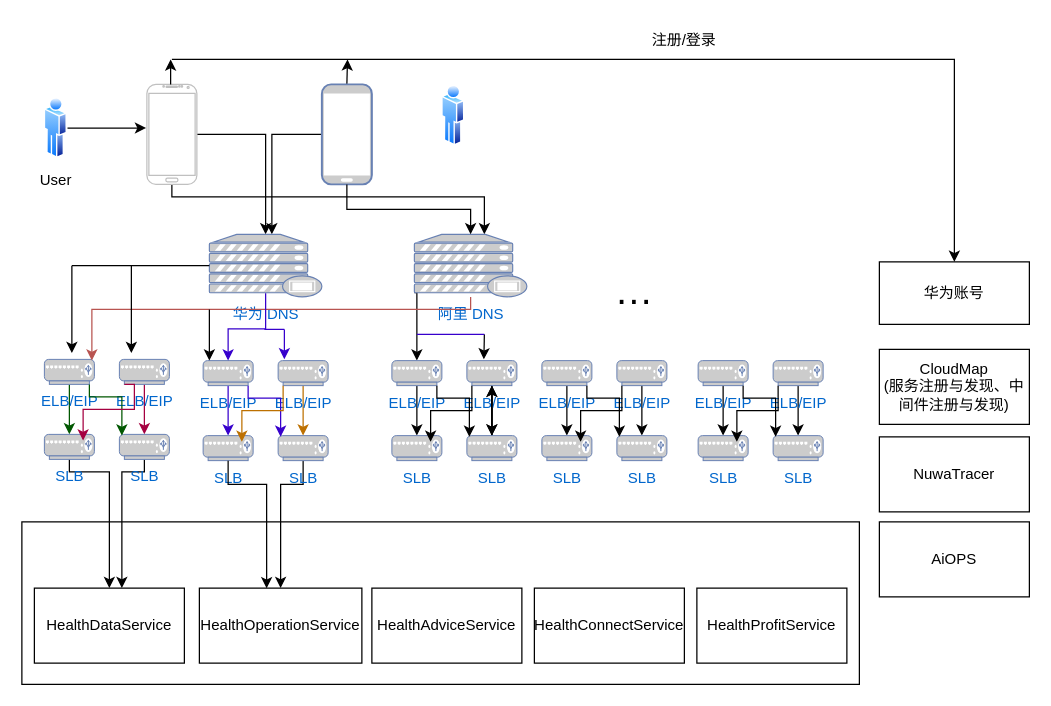
HuaHero/interview keeps this draw.io diagram as 运动健康云架构--第1层服务粒度架构.drawio. Above is the earlier version. Source tidied: cells renumbered, new cells numbered last; positions are measured from the earlier drawing's top-left corner, leaving out a move shared by most shapes. Both pictures are drawn from the tidied source at 125%, with x=0, y=0 at pixel (21, 21).
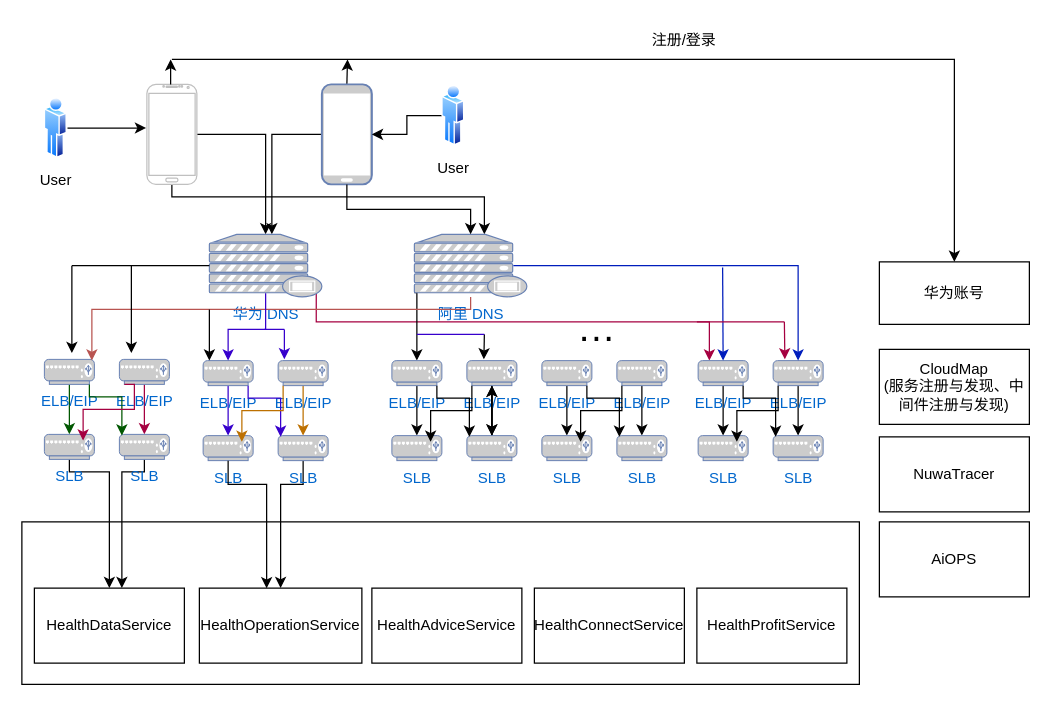
The same page after the edit.

Commit message (it also covers changes not shown here):
更新运动健康云架构--第1层服务粒度架构.drawio

Unchanged cells that the change refers to:
```xml
<mxCell id="16" style="fontColor=#0066CC;verticalAlign=top;verticalLabelPosition=bottom;labelPosition=center;align=center;html=1;outlineConnect=0;fillColor=#CCCCCC;strokeColor=#6881B3;gradientColor=none;gradientDirection=north;strokeWidth=2;shape=mxgraph.networks.mobile;" parent="1" vertex="1">
  <mxGeometry x="240" y="50" width="40" height="80" as="geometry" />
</mxCell>
<mxCell id="21" value="华为 DNS" style="fontColor=#0066CC;verticalAlign=top;verticalLabelPosition=bottom;labelPosition=center;align=center;html=1;outlineConnect=0;fillColor=#CCCCCC;strokeColor=#6881B3;gradientColor=none;gradientDirection=north;strokeWidth=2;shape=mxgraph.networks.proxy_server;" parent="1" vertex="1">
  <mxGeometry x="150" y="170" width="90" height="50" as="geometry" />
</mxCell>
<mxCell id="23" value="阿里 DNS" style="fontColor=#0066CC;verticalAlign=top;verticalLabelPosition=bottom;labelPosition=center;align=center;html=1;outlineConnect=0;fillColor=#CCCCCC;strokeColor=#6881B3;gradientColor=none;gradientDirection=north;strokeWidth=2;shape=mxgraph.networks.proxy_server;" parent="1" vertex="1">
  <mxGeometry x="314" y="170" width="90" height="50" as="geometry" />
</mxCell>
<mxCell id="32" value="ELB/EIP" style="fontColor=#0066CC;verticalAlign=top;verticalLabelPosition=bottom;labelPosition=center;align=center;html=1;outlineConnect=0;fillColor=#CCCCCC;strokeColor=#6881B3;gradientColor=none;gradientDirection=north;strokeWidth=2;shape=mxgraph.networks.load_balancer;" parent="1" vertex="1">
  <mxGeometry x="145" y="271" width="40" height="20" as="geometry" />
</mxCell>
<mxCell id="60" value="ELB/EIP" style="fontColor=#0066CC;verticalAlign=top;verticalLabelPosition=bottom;labelPosition=center;align=center;html=1;outlineConnect=0;fillColor=#CCCCCC;strokeColor=#6881B3;gradientColor=none;gradientDirection=north;strokeWidth=2;shape=mxgraph.networks.load_balancer;" parent="1" vertex="1">
  <mxGeometry x="541" y="271" width="40" height="20" as="geometry" />
</mxCell>
<mxCell id="62" value="ELB/EIP" style="fontColor=#0066CC;verticalAlign=top;verticalLabelPosition=bottom;labelPosition=center;align=center;html=1;outlineConnect=0;fillColor=#CCCCCC;strokeColor=#6881B3;gradientColor=none;gradientDirection=north;strokeWidth=2;shape=mxgraph.networks.load_balancer;" parent="1" vertex="1">
  <mxGeometry x="601" y="271" width="40" height="20" as="geometry" />
</mxCell>
```

The edit, as a diff of the source:
```diff
@@
+    <mxCell id="86" style="edgeStyle=orthogonalEdgeStyle;rounded=0;jettySize=auto;html=1;exitX=0.95;exitY=0.95;exitDx=0;exitDy=0;exitPerimeter=0;fillColor=#d80073;strokeColor=#A50040;" parent="1" edge="1" source="21" target="60">
+      <mxGeometry relative="1" as="geometry">
+        <Array as="points">
+          <mxPoint x="236" y="240" />
+          <mxPoint x="550" y="240" />
+        </Array>
+      </mxGeometry>
+    </mxCell>
@@
     <mxCell id="70" style="edgeStyle=orthogonalEdgeStyle;rounded=0;jettySize=auto;html=1;exitX=0.5;exitY=0.94;exitDx=0;exitDy=0;exitPerimeter=0;entryX=0.5;entryY=0;entryDx=0;entryDy=0;entryPerimeter=0;fillColor=#6a00ff;strokeColor=#3700CC;" parent="1" edge="1" source="21" target="32">
-      <mxGeometry relative="1" as="geometry" />
+      <mxGeometry relative="1" as="geometry">
+        <Array as="points">
+          <mxPoint x="195" y="246" />
+          <mxPoint x="165" y="246" />
+        </Array>
+      </mxGeometry>
     </mxCell>
@@
+    <mxCell id="87" style="edgeStyle=orthogonalEdgeStyle;rounded=0;jettySize=auto;html=1;exitX=0;exitY=0.5;exitDx=0;exitDy=0;" parent="1" edge="1" source="74" target="16">
+      <mxGeometry relative="1" as="geometry" />
+    </mxCell>
-    <mxCell id="74" style="image;perimeter=ellipsePerimeter;html=1;align=center;shadow=0;dashed=0;spacingTop=3;image=img/lib/active_directory/user.svg;" parent="1" vertex="1">
+    <mxCell id="74" value="User" style="image;perimeter=ellipsePerimeter;html=1;align=center;shadow=0;dashed=0;spacingTop=3;image=img/lib/active_directory/user.svg;" parent="1" vertex="1">
       <mxGeometry x="336" y="50" width="18.5" height="50" as="geometry" />
     </mxCell>
@@
     <mxCell id="77" value="…" style="text;html=1;strokeColor=none;fillColor=none;align=center;verticalAlign=middle;whiteSpace=wrap;rounded=0;fontSize=31;" parent="1" vertex="1">
-      <mxGeometry x="440" y="190" width="100" height="50" as="geometry" />
+      <mxGeometry x="410" y="230" width="100" height="30" as="geometry" />
     </mxCell>
@@
+    <mxCell id="88" style="edgeStyle=orthogonalEdgeStyle;rounded=0;jettySize=auto;html=1;exitX=0.88;exitY=0.5;exitDx=0;exitDy=0;exitPerimeter=0;entryX=0.5;entryY=0;entryDx=0;entryDy=0;entryPerimeter=0;fillColor=#0050ef;strokeColor=#001DBC;" parent="1" edge="1" source="23" target="62">
+      <mxGeometry relative="1" as="geometry" />
+    </mxCell>
+    <mxCell id="89" style="endArrow=classic;html=1;rounded=0;entryX=0.5;entryY=0;entryDx=0;entryDy=0;entryPerimeter=0;fillColor=#0050ef;strokeColor=#001DBC;" parent="1" edge="1" target="60">
+      <mxGeometry relative="1" as="geometry">
+        <mxPoint x="560.6" y="196.5" as="sourcePoint" />
+      </mxGeometry>
+    </mxCell>
+    <mxCell id="90" style="endArrow=none;html=1;rounded=0;fillColor=#d80073;strokeColor=#A50040;" parent="1" edge="1">
+      <mxGeometry relative="1" as="geometry">
+        <mxPoint x="540" y="240" as="sourcePoint" />
+        <mxPoint x="610" y="240" as="targetPoint" />
+      </mxGeometry>
+    </mxCell>
+    <mxCell id="91" style="endArrow=classic;html=1;rounded=0;entryX=0.5;entryY=0;entryDx=0;entryDy=0;entryPerimeter=0;fillColor=#d80073;strokeColor=#A50040;" parent="1" edge="1">
+      <mxGeometry relative="1" as="geometry">
+        <mxPoint x="610" y="240" as="sourcePoint" />
+        <mxPoint x="610.4" y="270" as="targetPoint" />
+      </mxGeometry>
+    </mxCell>
```
